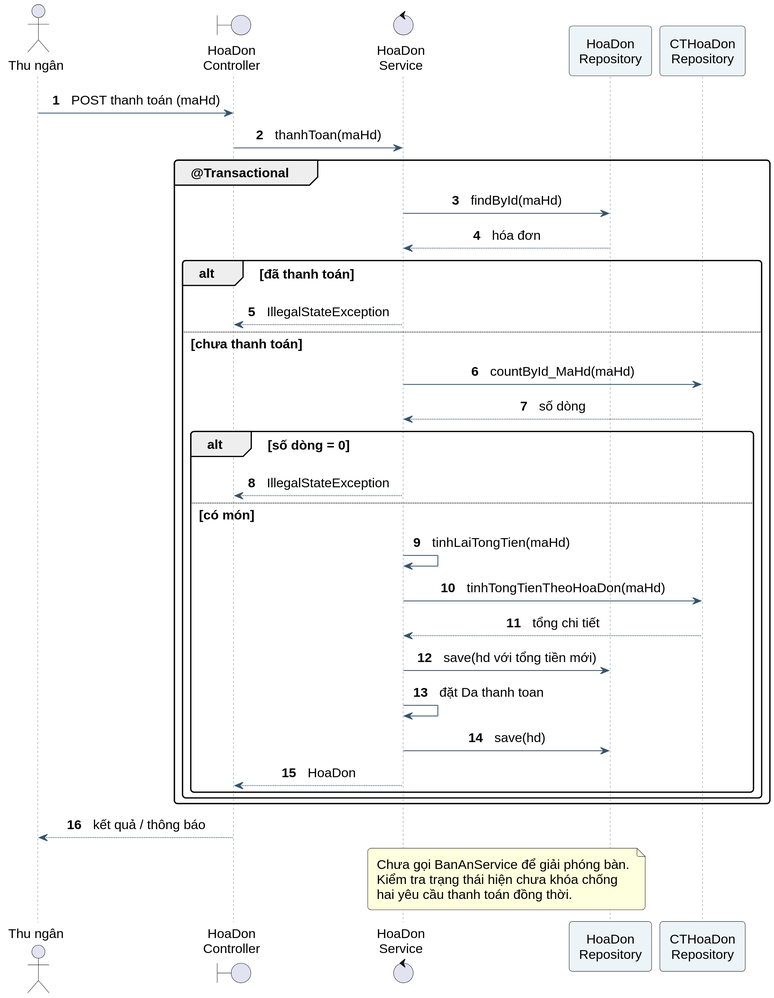
Above: BaoCao_PTTKHDoiTuong/so_do/07_sequence_thanh_toan.svg in hoangbelike2004/QuanLyNHHS (PlantUML), before the change. Source of this version:
```plantuml
@startuml
!pragma layout smetana
skinparam defaultFontName Arial
skinparam defaultFontSize 16
skinparam dpi 180
skinparam backgroundColor white
skinparam shadowing false
skinparam roundcorner 8
skinparam ArrowColor #37536B
skinparam classBackgroundColor #F0F6FA
skinparam classBorderColor #37536B
skinparam usecaseBackgroundColor #F0F6FA
skinparam packageBackgroundColor #FFFFFF
skinparam sequenceParticipantBackgroundColor #EDF4F8
skinparam sequenceLifeLineBorderColor #78909C
skinparam sequenceMessageAlign center
skinparam padding 5
hide circle
autonumber
actor "Thu ngân" as A
boundary "HoaDon\nController" as C
control "HoaDon\nService" as S
participant "HoaDon\nRepository" as H
participant "CTHoaDon\nRepository" as D
A -> C : POST thanh toán (maHd)
C -> S : thanhToan(maHd)
group @Transactional
 S -> H : findById(maHd)
 H --> S : hóa đơn
 alt đã thanh toán
  S --> C : IllegalStateException
 else chưa thanh toán
  S -> D : countById_MaHd(maHd)
  D --> S : số dòng
  alt số dòng = 0
   S --> C : IllegalStateException
  else có món
   S -> S : tinhLaiTongTien(maHd)
   S -> D : tinhTongTienTheoHoaDon(maHd)
   D --> S : tổng chi tiết
   S -> H : save(hd với tổng tiền mới)
   S -> S : đặt Da thanh toan
   S -> H : save(hd)
   S --> C : HoaDon
  end
 end
end
C --> A : kết quả / thông báo
note over S,H
Chưa gọi BanAnService để giải phóng bàn.
Kiểm tra trạng thái hiện chưa khóa chống
hai yêu cầu thanh toán đồng thời.
end note
@enduml
```
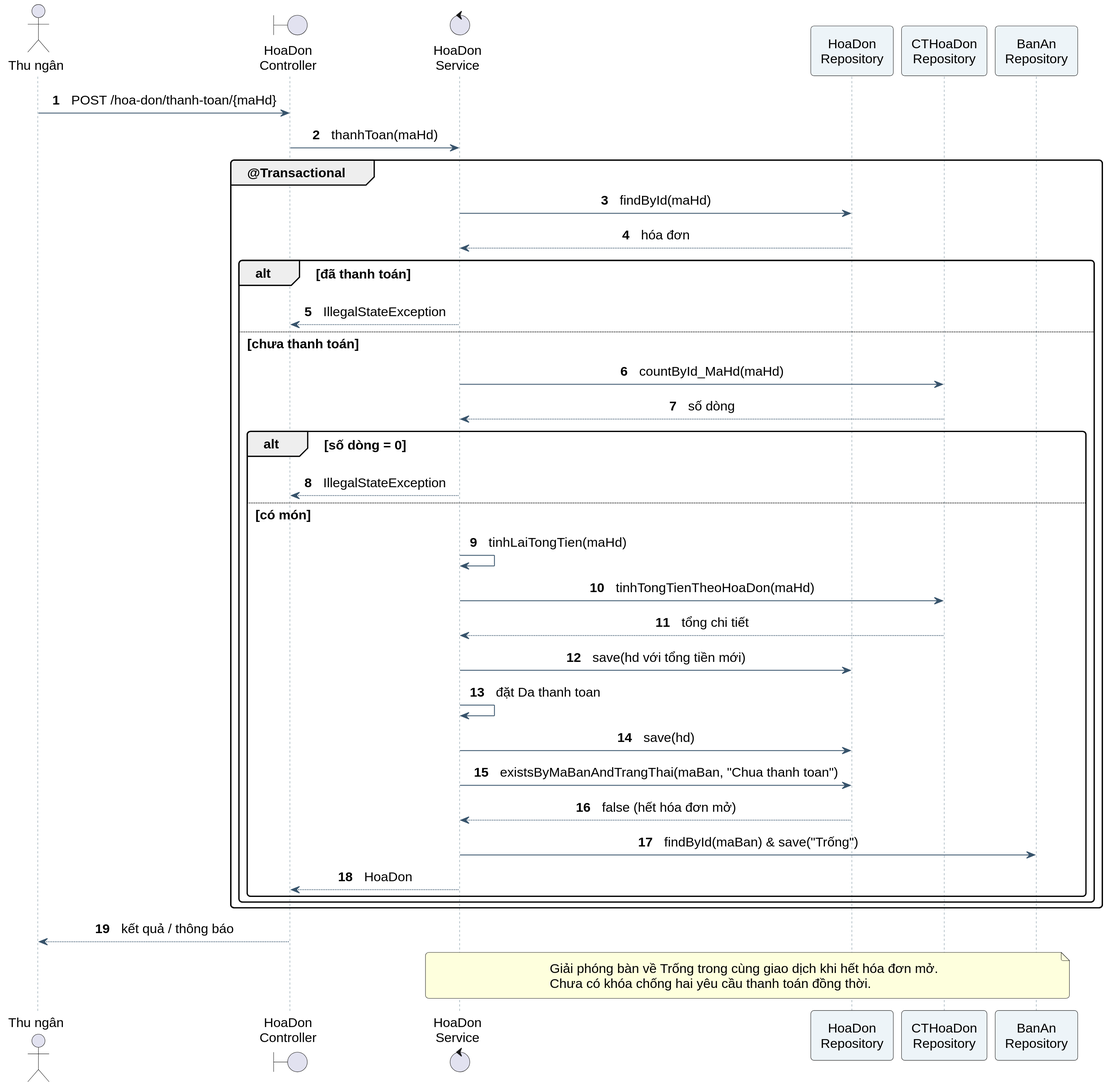
After the commit.

Diff of the diagram source:
```diff
@@ -22,7 +22,8 @@
 control "HoaDon\nService" as S
 participant "HoaDon\nRepository" as H
 participant "CTHoaDon\nRepository" as D
-A -> C : POST thanh toán (maHd)
+participant "BanAn\nRepository" as B
+A -> C : POST /hoa-don/thanh-toan/{maHd}
 C -> S : thanhToan(maHd)
 group @Transactional
  S -> H : findById(maHd)
@@ -41,14 +42,16 @@
    S -> H : save(hd với tổng tiền mới)
    S -> S : đặt Da thanh toan
    S -> H : save(hd)
+   S -> H : existsByMaBanAndTrangThai(maBan, "Chua thanh toan")
+   H --> S : false (hết hóa đơn mở)
+   S -> B : findById(maBan) & save("Trống")
    S --> C : HoaDon
   end
  end
 end
 C --> A : kết quả / thông báo
-note over S,H
-Chưa gọi BanAnService để giải phóng bàn.
-Kiểm tra trạng thái hiện chưa khóa chống
-hai yêu cầu thanh toán đồng thời.
+note over S,B
+Giải phóng bàn về Trống trong cùng giao dịch khi hết hóa đơn mở.
+Chưa có khóa chống hai yêu cầu thanh toán đồng thời.
 end note
 @enduml
```
